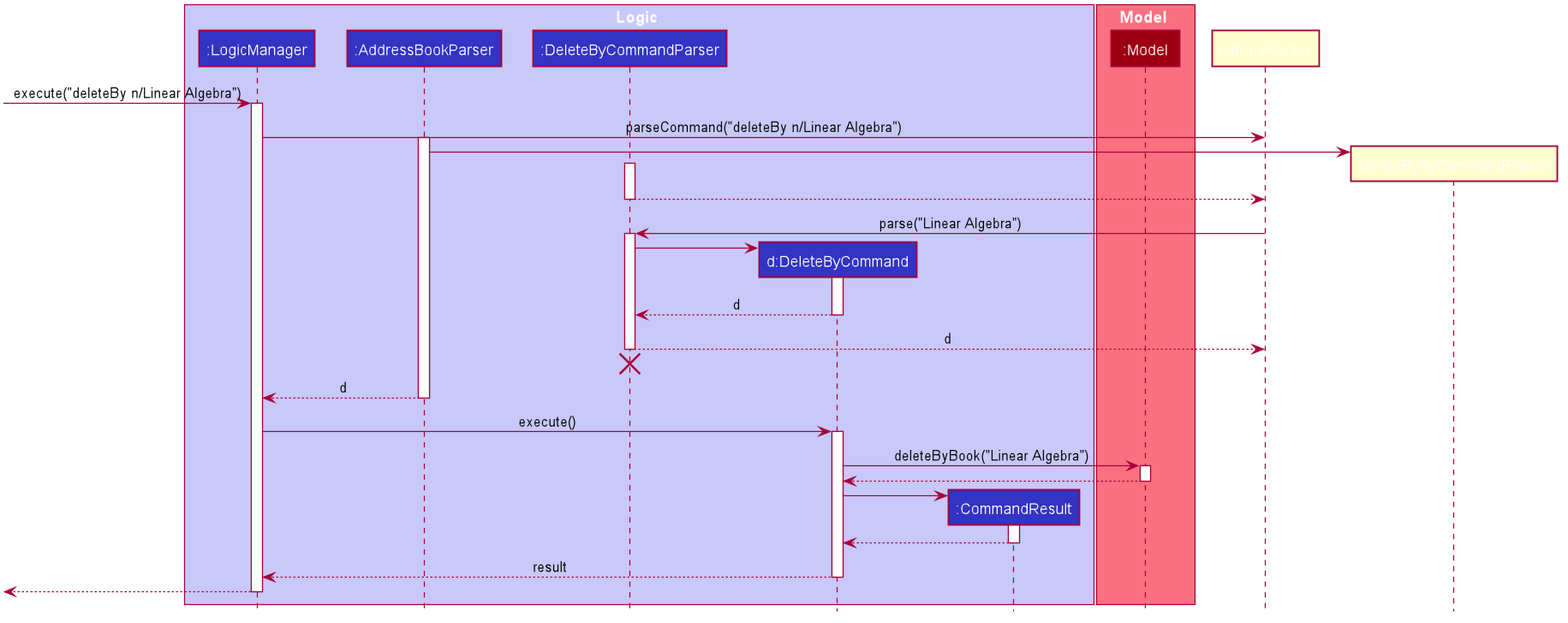
This is docs/images/DeleteBySequenceDiagram.png from richardcom/tp, a PlantUML export, as it was before one commit.
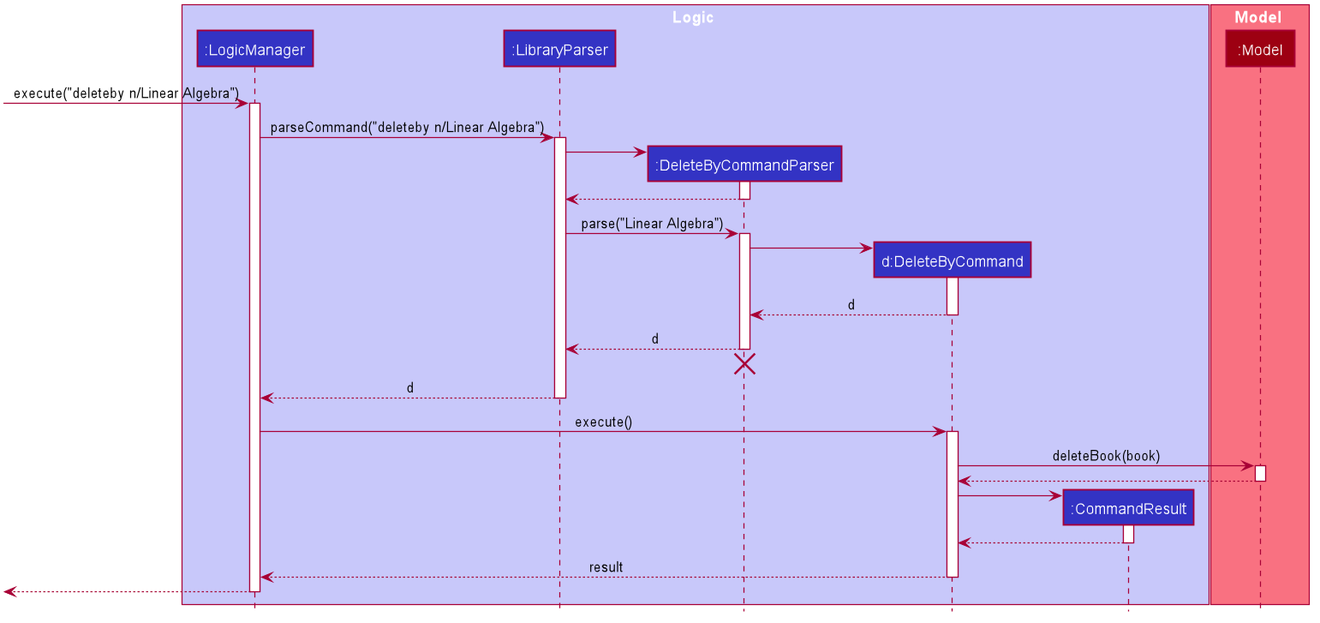
Later version of the same file.

Commit message:
Update deleteBy sequence diagram

The edit, as a diff of the source:
```diff
@@ -50,7 +50,7 @@
 
 box Logic #C8C8FA
 participant ":LogicManager" as LogicManager #3333C4
-participant ":AddressBookParser" as AddressBookParser #3333C4
+participant ":LibraryParser" as LibraryParser #3333C4
 participant ":DeleteByCommandParser" as DeleteByCommandParser #3333C4
 participant "d:DeleteByCommand" as DeleteByCommand #3333C4
 participant ":CommandResult" as CommandResult #3333C4
@@ -60,14 +60,14 @@
 participant ":Model" as Model #9D0012
 end box
 
-[-> LogicManager : execute("deleteBy n/Linear Algebra")
+[-> LogicManager : execute("deleteby n/Linear Algebra")
 activate LogicManager
 
-LogicManager -> LibraryParser : parseCommand("deleteBy n/Linear Algebra")
-activate AddressBookParser
+LogicManager -> LibraryParser : parseCommand("deleteby n/Linear Algebra")
+activate LibraryParser
 
-create DeleteByByCommandParser
-AddressBookParser -> DeleteByByCommandParser
+create DeleteByCommandParser
+LibraryParser -> DeleteByCommandParser
 activate DeleteByCommandParser
 
 DeleteByCommandParser --> LibraryParser
@@ -85,16 +85,16 @@
 
 DeleteByCommandParser --> LibraryParser : d
 deactivate DeleteByCommandParser
-DeleteByCommandParser -[hidden]-> AddressBookParser
+DeleteByCommandParser -[hidden]-> LibraryParser
 destroy DeleteByCommandParser
 
-AddressBookParser --> LogicManager : d
-deactivate AddressBookParser
+LibraryParser --> LogicManager : d
+deactivate LibraryParser
 
 LogicManager -> DeleteByCommand : execute()
 activate DeleteByCommand
 
-DeleteByCommand -> Model : deleteByBook("Linear Algebra")
+DeleteByCommand -> Model : deleteBook(book)
 activate Model
 
 Model --> DeleteByCommand
```
